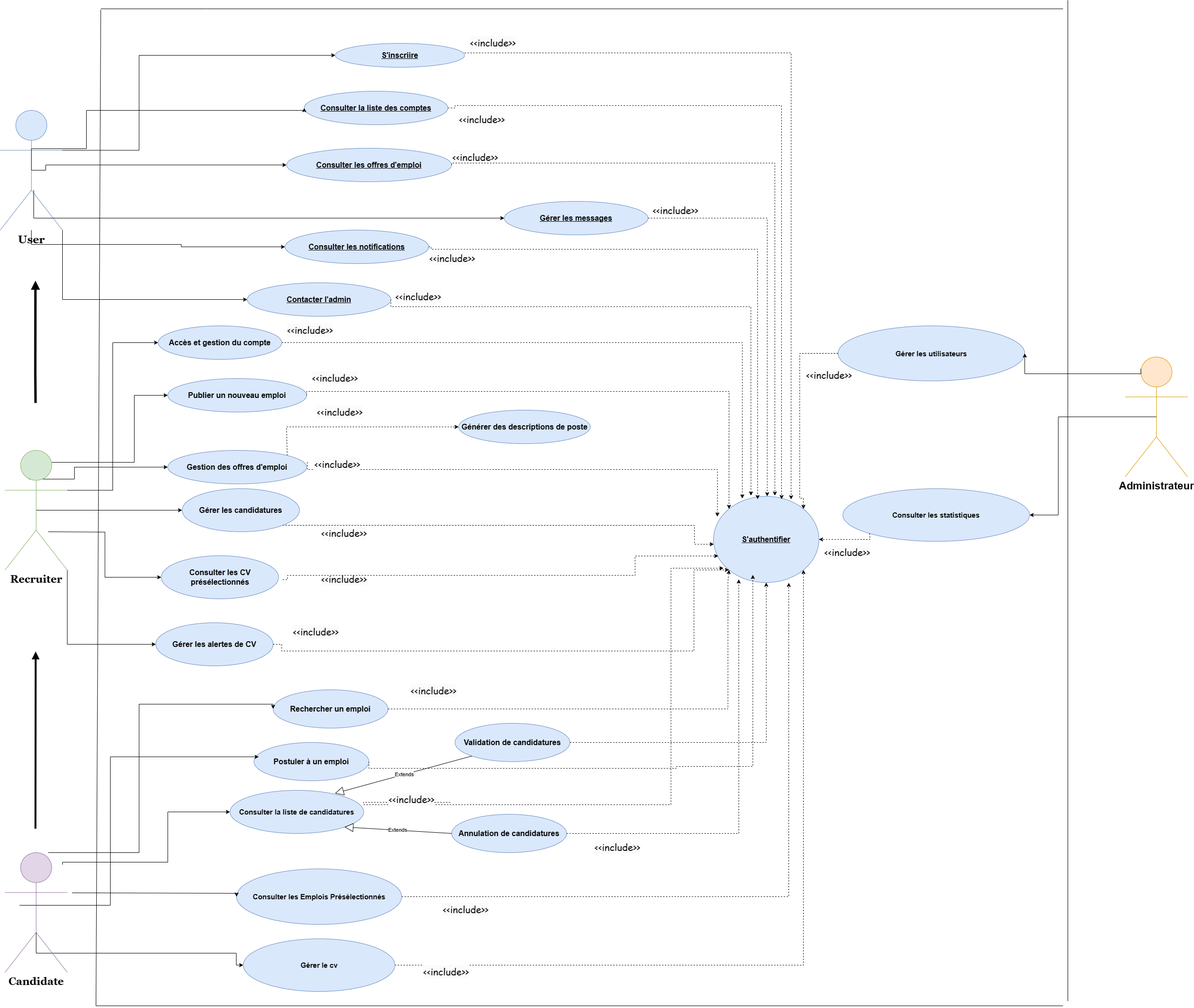
Above: Diagramme cas d'utilisation.drawio.png in chirine1/-project (draw.io), before the change. Source tidied: cells renumbered, new cells last; positions are measured from the earlier drawing's top-left corner, leaving out a move shared by most shapes.
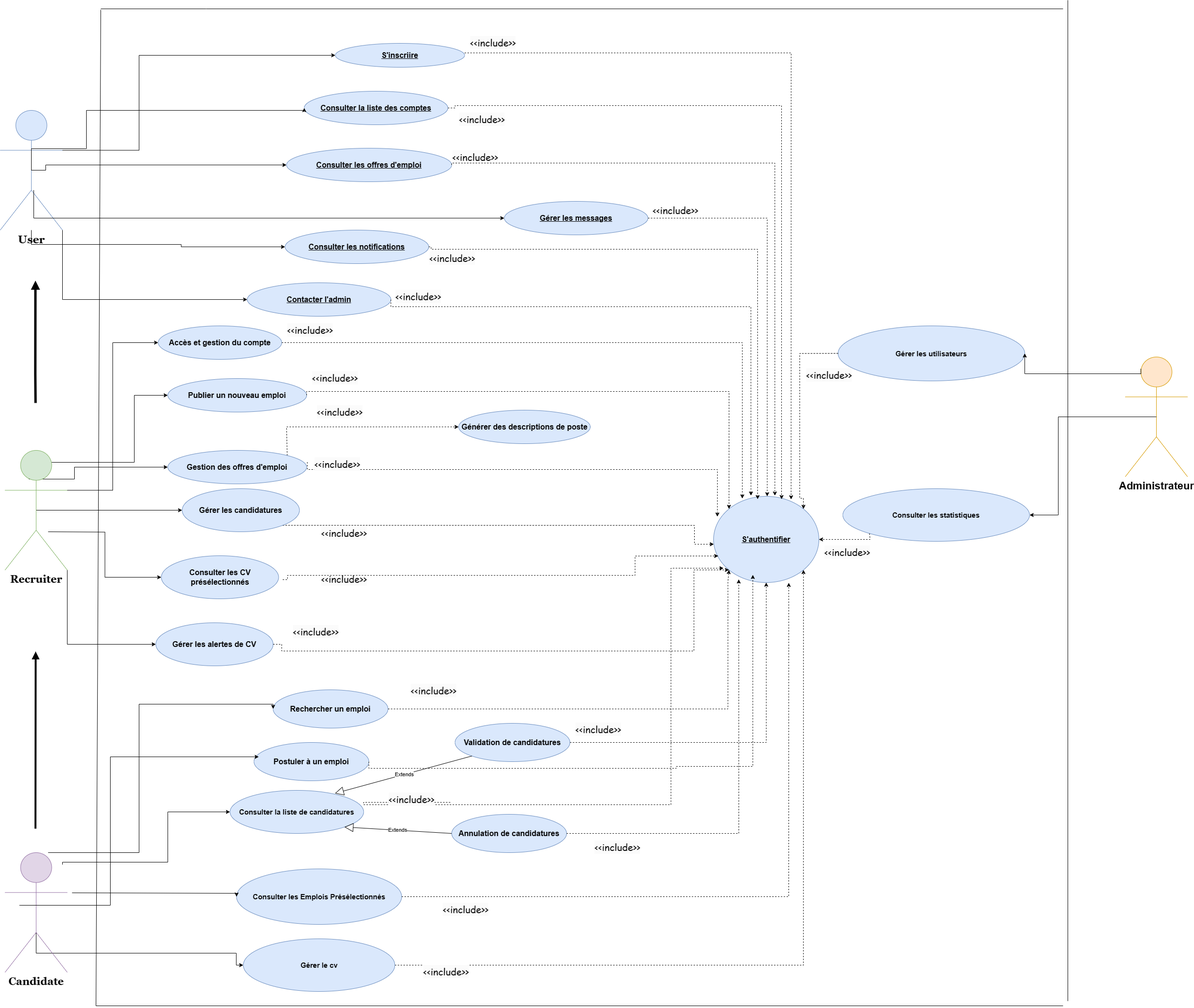
The same diagram one commit later.

Commit message:
Mettre à jour Diagramme cas d'utilisation.drawio.png

The edit, as a diff of the source:
```diff
@@ -513,5 +513,8 @@
     <mxCell id="99" value="&#10;&lt;span style=&quot;color: rgb(0, 0, 0); font-family: &amp;quot;Comic Sans MS&amp;quot;; font-size: 20px; font-style: normal; font-variant-ligatures: normal; font-variant-caps: normal; font-weight: 400; letter-spacing: normal; orphans: 2; text-align: center; text-indent: 0px; text-transform: none; widows: 2; word-spacing: 0px; -webkit-text-stroke-width: 0px; background-color: rgb(251, 251, 251); text-decoration-thickness: initial; text-decoration-style: initial; text-decoration-color: initial; float: none; display: inline !important;&quot;&gt;&amp;lt;&amp;lt;include&amp;gt;&amp;gt;&lt;/span&gt;&#10;&#10;" style="text;whiteSpace=wrap;html=1;" parent="1" vertex="1">
       <mxGeometry x="1682" y="750" width="130" height="50" as="geometry" />
     </mxCell>
+    <mxCell id="100" value="&#10;&lt;span style=&quot;color: rgb(0, 0, 0); font-family: &amp;quot;Comic Sans MS&amp;quot;; font-size: 20px; font-style: normal; font-variant-ligatures: normal; font-variant-caps: normal; font-weight: 400; letter-spacing: normal; orphans: 2; text-align: center; text-indent: 0px; text-transform: none; widows: 2; word-spacing: 0px; -webkit-text-stroke-width: 0px; background-color: rgb(251, 251, 251); text-decoration-thickness: initial; text-decoration-style: initial; text-decoration-color: initial; float: none; display: inline !important;&quot;&gt;&amp;lt;&amp;lt;include&amp;gt;&amp;gt;&lt;/span&gt;&#10;&#10;" style="text;whiteSpace=wrap;html=1;" parent="1" vertex="1">
+      <mxGeometry x="1200" y="1490" width="130" height="50" as="geometry" />
+    </mxCell>
   </root>
 </mxGraphModel>
```
